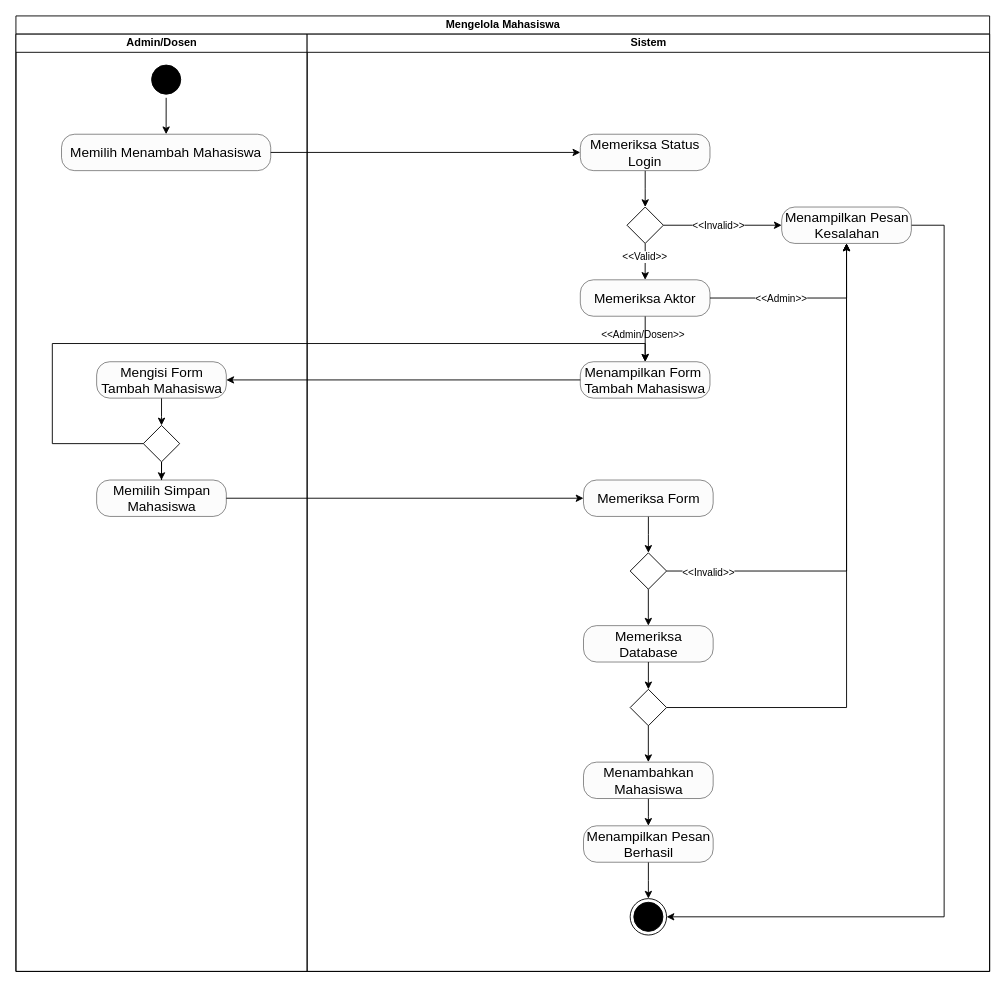
The draw.io diagram page "Menambah Mahasiswa" (1 of 6) of activity-diagram/mengelola-mahasiswa.drawio in ziancarlos/sistem-absensi-uph, before the edit. Source tidied: cells renumbered, new cells numbered last; positions are measured from the earlier drawing's top-left corner, leaving out a move shared by most shapes. Both pictures are drawn from the tidied source at 91%, with x=0, y=0 at pixel (15, 15).
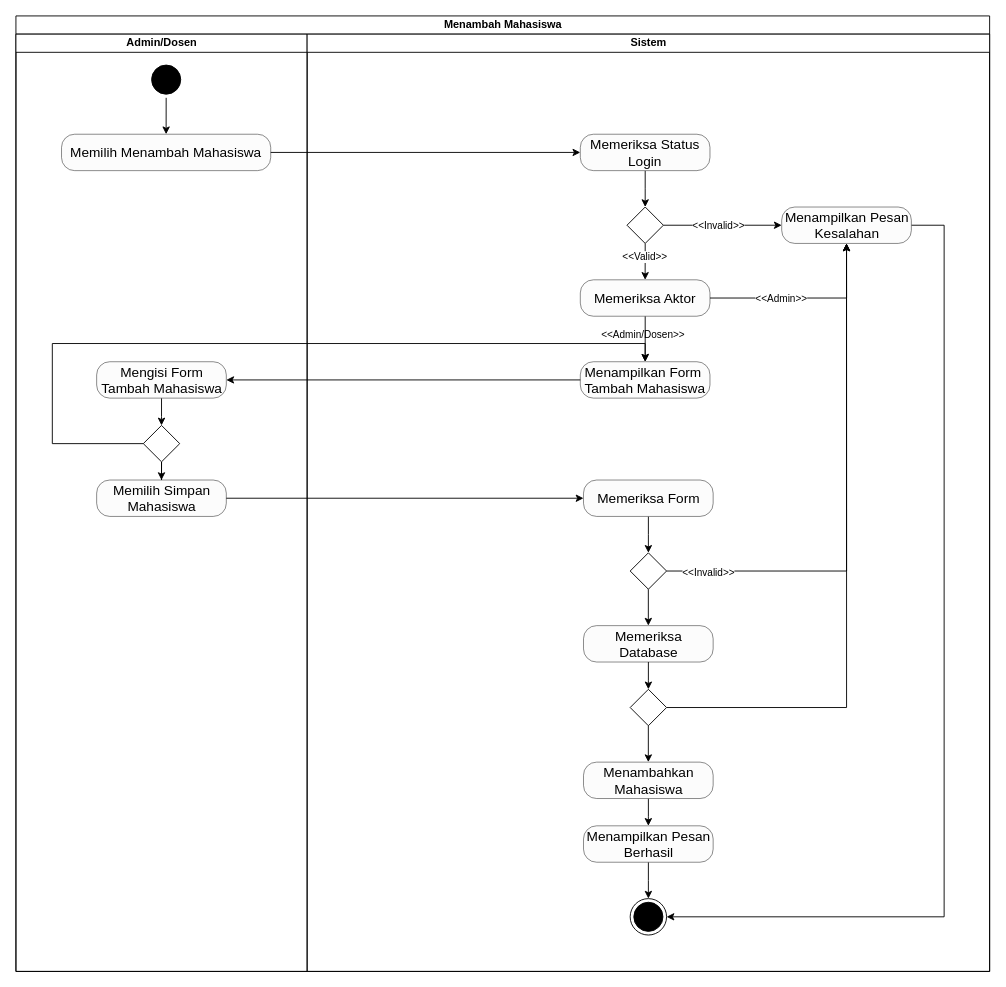
After the change.

Change to the diagram source:
```diff
@@
-    <mxCell id="2" value="Mengelola Mahasiswa" style="swimlane;startSize=20;html=1;" parent="1" vertex="1">
+    <mxCell id="2" value="Menambah Mahasiswa" style="swimlane;startSize=20;html=1;" parent="1" vertex="1">
       <mxGeometry width="1070" height="1050" as="geometry" />
     </mxCell>
```
